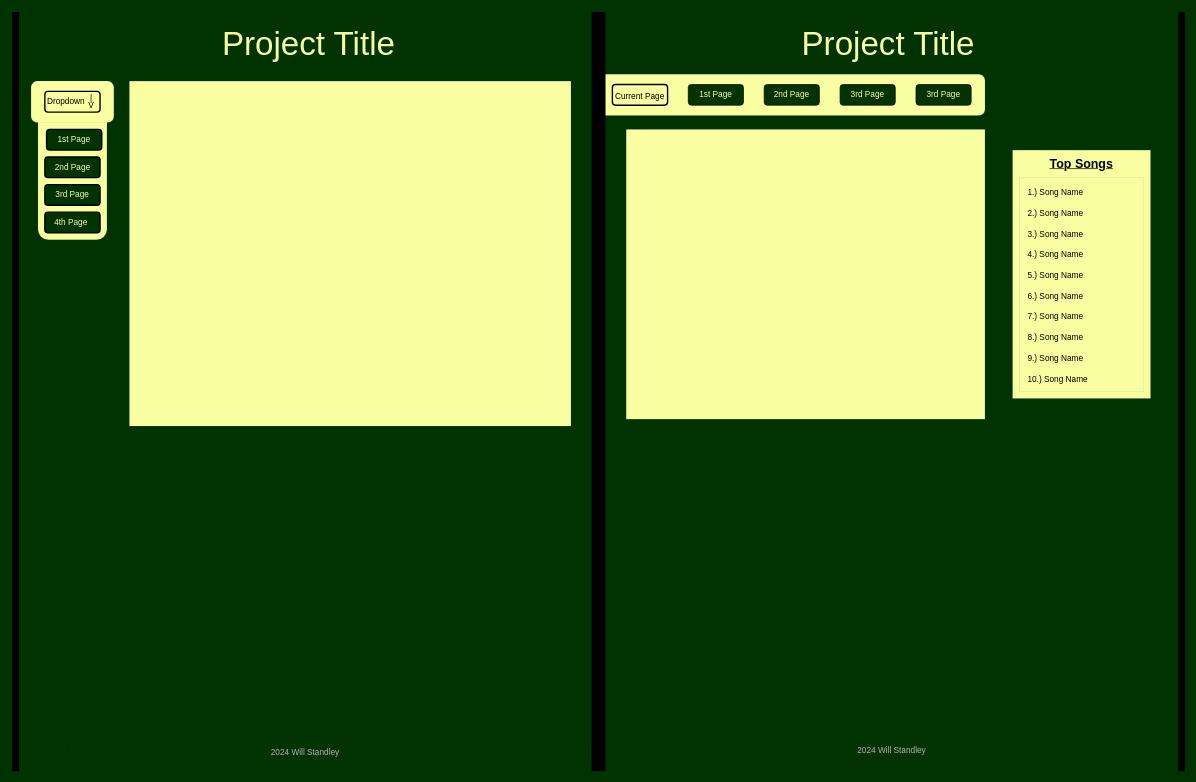
Earlier version of the draw.io diagram responsive/response.drawio (wstandley/add103). Source tidied: cells renumbered, new cells numbered last; positions are measured from the earlier drawing's top-left corner, leaving out a move shared by most shapes. Both pictures are drawn from the tidied source at 69%, with x=0, y=0 at pixel (12, 12).
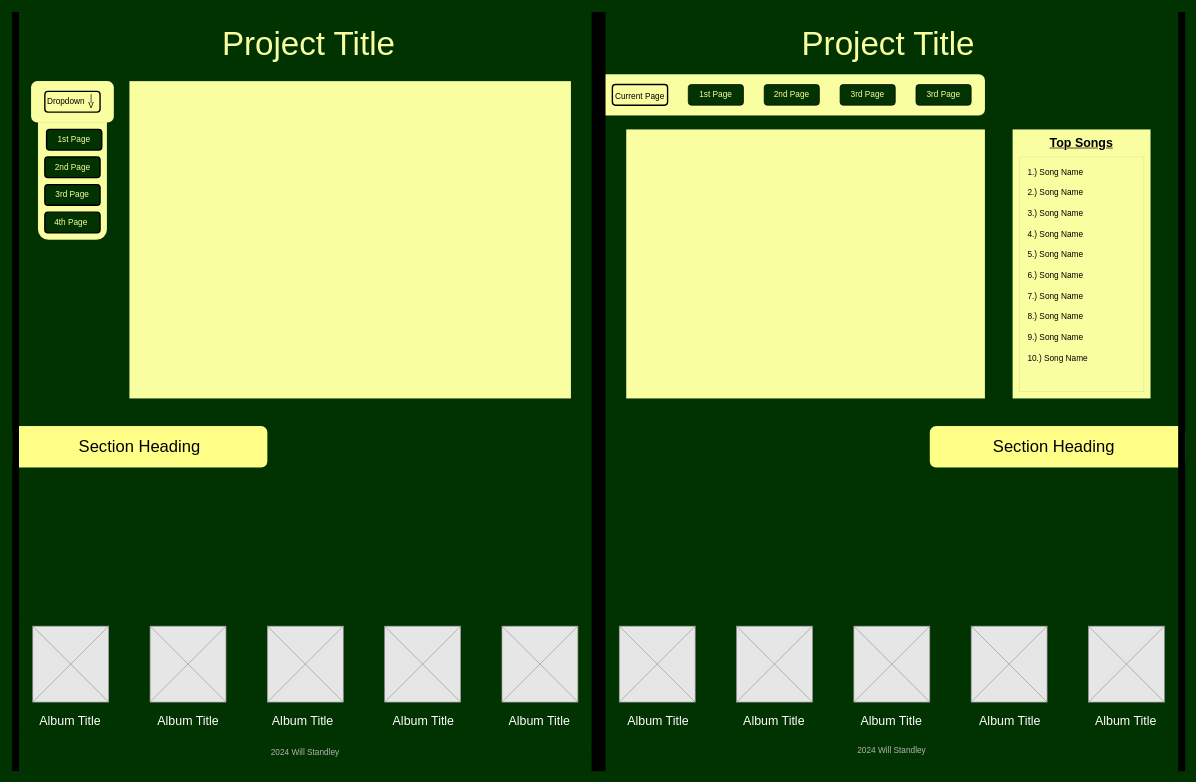
Above is the later version.

Diff of the diagram source:
```diff
@@
+    <mxCell id="51" style="rounded=0;whiteSpace=wrap;html=1;shadow=0;glass=0;labelBackgroundColor=none;sketch=0;fillStyle=auto;strokeWidth=0;fontSize=24;fillColor=none;" parent="1" vertex="1">
+      <mxGeometry x="10" y="880" width="1680" height="160" as="geometry" />
+    </mxCell>
     <mxCell id="2" style="rounded=0;whiteSpace=wrap;html=1;shadow=0;glass=0;labelBackgroundColor=none;sketch=0;fillStyle=auto;strokeColor=#000000;strokeWidth=0;fontSize=12;fontColor=#000000;fillColor=#F9FFA1;gradientColor=none;" parent="1" vertex="1">
-      <mxGeometry x="1450" y="200" width="200" height="360" as="geometry" />
+      <mxGeometry x="1450" y="170" width="200" height="390" as="geometry" />
     </mxCell>
@@
     <mxCell id="16" style="rounded=0;whiteSpace=wrap;html=1;shadow=0;glass=0;labelBackgroundColor=none;sketch=0;fillStyle=auto;strokeColor=#000000;strokeWidth=0;fontSize=12;fontColor=#F9FFA1;fillColor=#F9FFA1;gradientColor=none;" parent="1" vertex="1">
-      <mxGeometry x="890" y="170" width="520" height="420" as="geometry" />
+      <mxGeometry x="890" y="170" width="520" height="390" as="geometry" />
     </mxCell>
@@
     <mxCell id="19" style="rounded=0;whiteSpace=wrap;html=1;shadow=0;glass=0;labelBackgroundColor=none;sketch=0;fillStyle=auto;strokeColor=#000000;strokeWidth=0;fontSize=12;fontColor=#F9FFA1;fillColor=#F9FFA1;gradientColor=none;" parent="1" vertex="1">
-      <mxGeometry x="170" y="100" width="640" height="500" as="geometry" />
+      <mxGeometry x="170" y="100" width="640" height="460" as="geometry" />
     </mxCell>
@@
-    <mxCell id="37" style="rounded=0;whiteSpace=wrap;html=1;shadow=0;glass=0;labelBackgroundColor=none;sketch=0;fillStyle=auto;strokeColor=#000000;strokeWidth=0;fontSize=12;fontColor=#000000;fillColor=#000000;gradientColor=none;" parent="1" vertex="1">
-      <mxGeometry x="1690" width="10" height="1100" as="geometry" />
-    </mxCell>
-    <mxCell id="38" style="rounded=0;whiteSpace=wrap;html=1;shadow=0;glass=0;labelBackgroundColor=none;sketch=0;fillStyle=auto;strokeColor=#000000;strokeWidth=0;fontSize=12;fontColor=#000000;fillColor=#000000;gradientColor=none;" parent="1" vertex="1">
-      <mxGeometry width="10" height="1100" as="geometry" />
-    </mxCell>
     <mxCell id="39" style="swimlane;startSize=0;rounded=1;shadow=0;glass=0;labelBackgroundColor=none;sketch=0;fillStyle=auto;strokeColor=#000000;strokeWidth=0;fontSize=15;fontColor=#000000;fillColor=#000000;gradientColor=none;" parent="1" vertex="1">
-      <mxGeometry x="1460" y="240" width="180" height="310" as="geometry" />
+      <mxGeometry x="1460" y="210" width="180" height="340" as="geometry" />
     </mxCell>
@@
     <mxCell id="50" value="&lt;u&gt;&lt;b&gt;&lt;font style=&quot;font-size: 18px;&quot;&gt;Top Songs&lt;/font&gt;&lt;/b&gt;&lt;/u&gt;" style="text;html=1;strokeColor=none;fillColor=none;align=center;verticalAlign=middle;whiteSpace=wrap;rounded=0;shadow=0;glass=0;labelBackgroundColor=none;sketch=0;fillStyle=auto;strokeWidth=0;fontSize=12;fontColor=#000000;" parent="1" vertex="1">
-      <mxGeometry x="1460" y="205" width="180" height="30" as="geometry" />
+      <mxGeometry x="1460" y="175" width="180" height="30" as="geometry" />
     </mxCell>
+    <mxCell id="52" style="rounded=1;whiteSpace=wrap;html=1;shadow=0;glass=0;labelBackgroundColor=none;sketch=0;fillStyle=auto;strokeColor=#36393d;strokeWidth=0;fontSize=12;fillColor=#ffff88;" parent="1" vertex="1">
+      <mxGeometry y="600" width="370" height="60" as="geometry" />
+    </mxCell>
+    <mxCell id="38" style="rounded=0;whiteSpace=wrap;html=1;shadow=0;glass=0;labelBackgroundColor=none;sketch=0;fillStyle=auto;strokeColor=#000000;strokeWidth=0;fontSize=12;fontColor=#000000;fillColor=#000000;gradientColor=none;" parent="1" vertex="1">
+      <mxGeometry width="10" height="1100" as="geometry" />
+    </mxCell>
+    <mxCell id="53" value="&lt;font style=&quot;font-size: 24px;&quot;&gt;Section Heading&lt;/font&gt;" style="text;html=1;strokeColor=none;fillColor=none;align=center;verticalAlign=middle;whiteSpace=wrap;rounded=0;shadow=0;glass=0;labelBackgroundColor=none;sketch=0;fillStyle=auto;strokeWidth=0;fontSize=12;fontColor=#000000;" parent="1" vertex="1">
+      <mxGeometry x="20" y="610" width="330" height="40" as="geometry" />
+    </mxCell>
+    <mxCell id="54" style="rounded=1;whiteSpace=wrap;html=1;shadow=0;glass=0;labelBackgroundColor=none;sketch=0;fillStyle=auto;strokeColor=#36393d;strokeWidth=0;fontSize=24;fillColor=#ffff88;" parent="1" vertex="1">
+      <mxGeometry x="1330" y="600" width="370" height="60" as="geometry" />
+    </mxCell>
+    <mxCell id="37" style="rounded=0;whiteSpace=wrap;html=1;shadow=0;glass=0;labelBackgroundColor=none;sketch=0;fillStyle=auto;strokeColor=#000000;strokeWidth=0;fontSize=12;fontColor=#000000;fillColor=#000000;gradientColor=none;" parent="1" vertex="1">
+      <mxGeometry x="1690" width="10" height="1100" as="geometry" />
+    </mxCell>
+    <mxCell id="55" value="Section Heading" style="text;html=1;strokeColor=none;fillColor=none;align=center;verticalAlign=middle;whiteSpace=wrap;rounded=0;shadow=0;glass=0;labelBackgroundColor=none;sketch=0;fillStyle=auto;strokeWidth=0;fontSize=24;fontColor=#000000;" parent="1" vertex="1">
+      <mxGeometry x="1340" y="610" width="340" height="40" as="geometry" />
+    </mxCell>
+    <mxCell id="56" style="verticalLabelPosition=bottom;shadow=0;dashed=0;align=center;html=1;verticalAlign=top;strokeWidth=1;shape=mxgraph.mockup.graphics.simpleIcon;strokeColor=#999999;rounded=1;glass=0;labelBackgroundColor=none;sketch=0;fillStyle=auto;fontSize=24;fontColor=#000000;fillColor=#E6E6E6;gradientColor=none;" parent="1" vertex="1">
+      <mxGeometry x="200" y="890" width="110" height="110" as="geometry" />
+    </mxCell>
+    <mxCell id="57" style="verticalLabelPosition=bottom;shadow=0;dashed=0;align=center;html=1;verticalAlign=top;strokeWidth=1;shape=mxgraph.mockup.graphics.simpleIcon;strokeColor=#999999;rounded=1;glass=0;labelBackgroundColor=none;sketch=0;fillStyle=auto;fontSize=24;fontColor=#000000;fillColor=#E6E6E6;gradientColor=none;" parent="1" vertex="1">
+      <mxGeometry x="30" y="890" width="110" height="110" as="geometry" />
+    </mxCell>
+    <mxCell id="58" style="verticalLabelPosition=bottom;shadow=0;dashed=0;align=center;html=1;verticalAlign=top;strokeWidth=1;shape=mxgraph.mockup.graphics.simpleIcon;strokeColor=#999999;rounded=1;glass=0;labelBackgroundColor=none;sketch=0;fillStyle=auto;fontSize=24;fontColor=#000000;fillColor=#E6E6E6;gradientColor=none;" parent="1" vertex="1">
+      <mxGeometry x="370" y="890" width="110" height="110" as="geometry" />
+    </mxCell>
+    <mxCell id="59" style="verticalLabelPosition=bottom;shadow=0;dashed=0;align=center;html=1;verticalAlign=top;strokeWidth=1;shape=mxgraph.mockup.graphics.simpleIcon;strokeColor=#999999;rounded=1;glass=0;labelBackgroundColor=none;sketch=0;fillStyle=auto;fontSize=24;fontColor=#000000;fillColor=#E6E6E6;gradientColor=none;" parent="1" vertex="1">
+      <mxGeometry x="540" y="890" width="110" height="110" as="geometry" />
+    </mxCell>
+    <mxCell id="60" style="verticalLabelPosition=bottom;shadow=0;dashed=0;align=center;html=1;verticalAlign=top;strokeWidth=1;shape=mxgraph.mockup.graphics.simpleIcon;strokeColor=#999999;rounded=1;glass=0;labelBackgroundColor=none;sketch=0;fillStyle=auto;fontSize=24;fontColor=#000000;fillColor=#E6E6E6;gradientColor=none;" parent="1" vertex="1">
+      <mxGeometry x="710" y="890" width="110" height="110" as="geometry" />
+    </mxCell>
+    <mxCell id="61" style="verticalLabelPosition=bottom;shadow=0;dashed=0;align=center;html=1;verticalAlign=top;strokeWidth=1;shape=mxgraph.mockup.graphics.simpleIcon;strokeColor=#999999;rounded=1;glass=0;labelBackgroundColor=none;sketch=0;fillStyle=auto;fontSize=24;fontColor=#000000;fillColor=#E6E6E6;gradientColor=none;" parent="1" vertex="1">
+      <mxGeometry x="1220" y="890" width="110" height="110" as="geometry" />
+    </mxCell>
+    <mxCell id="62" style="verticalLabelPosition=bottom;shadow=0;dashed=0;align=center;html=1;verticalAlign=top;strokeWidth=1;shape=mxgraph.mockup.graphics.simpleIcon;strokeColor=#999999;rounded=1;glass=0;labelBackgroundColor=none;sketch=0;fillStyle=auto;fontSize=24;fontColor=#000000;fillColor=#E6E6E6;gradientColor=none;" parent="1" vertex="1">
+      <mxGeometry x="880" y="890" width="110" height="110" as="geometry" />
+    </mxCell>
+    <mxCell id="63" style="verticalLabelPosition=bottom;shadow=0;dashed=0;align=center;html=1;verticalAlign=top;strokeWidth=1;shape=mxgraph.mockup.graphics.simpleIcon;strokeColor=#999999;rounded=1;glass=0;labelBackgroundColor=none;sketch=0;fillStyle=auto;fontSize=24;fontColor=#000000;fillColor=#E6E6E6;gradientColor=none;" parent="1" vertex="1">
+      <mxGeometry x="1050" y="890" width="110" height="110" as="geometry" />
+    </mxCell>
+    <mxCell id="64" style="verticalLabelPosition=bottom;shadow=0;dashed=0;align=center;html=1;verticalAlign=top;strokeWidth=1;shape=mxgraph.mockup.graphics.simpleIcon;strokeColor=#999999;rounded=1;glass=0;labelBackgroundColor=none;sketch=0;fillStyle=auto;fontSize=24;fontColor=#000000;fillColor=#E6E6E6;gradientColor=none;" parent="1" vertex="1">
+      <mxGeometry x="1390" y="890" width="110" height="110" as="geometry" />
+    </mxCell>
+    <mxCell id="65" style="verticalLabelPosition=bottom;shadow=0;dashed=0;align=center;html=1;verticalAlign=top;strokeWidth=1;shape=mxgraph.mockup.graphics.simpleIcon;strokeColor=#999999;rounded=1;glass=0;labelBackgroundColor=none;sketch=0;fillStyle=auto;fontSize=24;fontColor=#000000;fillColor=#E6E6E6;gradientColor=none;" parent="1" vertex="1">
+      <mxGeometry x="1560" y="890" width="110" height="110" as="geometry" />
+    </mxCell>
+    <mxCell id="66" value="&lt;font style=&quot;font-size: 18px;&quot;&gt;Album Title&lt;/font&gt;" style="text;html=1;strokeColor=none;fillColor=none;align=center;verticalAlign=middle;whiteSpace=wrap;rounded=0;shadow=0;glass=0;labelBackgroundColor=none;sketch=0;fillStyle=auto;strokeWidth=0;fontSize=24;fontColor=#FFFFFF;" parent="1" vertex="1">
+      <mxGeometry x="27.5" y="1010" width="112.5" height="30" as="geometry" />
+    </mxCell>
+    <mxCell id="67" value="&lt;font style=&quot;font-size: 18px;&quot;&gt;Album Title&lt;/font&gt;" style="text;html=1;strokeColor=none;fillColor=none;align=center;verticalAlign=middle;whiteSpace=wrap;rounded=0;shadow=0;glass=0;labelBackgroundColor=none;sketch=0;fillStyle=auto;strokeWidth=0;fontSize=24;fontColor=#FFFFFF;" parent="1" vertex="1">
+      <mxGeometry x="198.8" y="1010" width="112.5" height="30" as="geometry" />
+    </mxCell>
+    <mxCell id="68" value="&lt;font style=&quot;font-size: 18px;&quot;&gt;Album Title&lt;/font&gt;" style="text;html=1;strokeColor=none;fillColor=none;align=center;verticalAlign=middle;whiteSpace=wrap;rounded=0;shadow=0;glass=0;labelBackgroundColor=none;sketch=0;fillStyle=auto;strokeWidth=0;fontSize=24;fontColor=#FFFFFF;" parent="1" vertex="1">
+      <mxGeometry x="365" y="1010" width="112.5" height="30" as="geometry" />
+    </mxCell>
+    <mxCell id="69" value="&lt;font style=&quot;font-size: 18px;&quot;&gt;Album Title&lt;/font&gt;" style="text;html=1;strokeColor=none;fillColor=none;align=center;verticalAlign=middle;whiteSpace=wrap;rounded=0;shadow=0;glass=0;labelBackgroundColor=none;sketch=0;fillStyle=auto;strokeWidth=0;fontSize=24;fontColor=#FFFFFF;" parent="1" vertex="1">
+      <mxGeometry x="540" y="1010" width="112.5" height="30" as="geometry" />
+    </mxCell>
+    <mxCell id="70" value="&lt;font style=&quot;font-size: 18px;&quot;&gt;Album Title&lt;/font&gt;" style="text;html=1;strokeColor=none;fillColor=none;align=center;verticalAlign=middle;whiteSpace=wrap;rounded=0;shadow=0;glass=0;labelBackgroundColor=none;sketch=0;fillStyle=auto;strokeWidth=0;fontSize=24;fontColor=#FFFFFF;" parent="1" vertex="1">
+      <mxGeometry x="707.5" y="1010" width="112.5" height="30" as="geometry" />
+    </mxCell>
+    <mxCell id="71" value="&lt;font style=&quot;font-size: 18px;&quot;&gt;Album Title&lt;/font&gt;" style="text;html=1;strokeColor=none;fillColor=none;align=center;verticalAlign=middle;whiteSpace=wrap;rounded=0;shadow=0;glass=0;labelBackgroundColor=none;sketch=0;fillStyle=auto;strokeWidth=0;fontSize=24;fontColor=#FFFFFF;" parent="1" vertex="1">
+      <mxGeometry x="880" y="1010" width="112.5" height="30" as="geometry" />
+    </mxCell>
+    <mxCell id="72" value="&lt;font style=&quot;font-size: 18px;&quot;&gt;Album Title&lt;/font&gt;" style="text;html=1;strokeColor=none;fillColor=none;align=center;verticalAlign=middle;whiteSpace=wrap;rounded=0;shadow=0;glass=0;labelBackgroundColor=none;sketch=0;fillStyle=auto;strokeWidth=0;fontSize=24;fontColor=#FFFFFF;" parent="1" vertex="1">
+      <mxGeometry x="1047.5" y="1010" width="112.5" height="30" as="geometry" />
+    </mxCell>
+    <mxCell id="73" value="&lt;font style=&quot;font-size: 18px;&quot;&gt;Album Title&lt;/font&gt;" style="text;html=1;strokeColor=none;fillColor=none;align=center;verticalAlign=middle;whiteSpace=wrap;rounded=0;shadow=0;glass=0;labelBackgroundColor=none;sketch=0;fillStyle=auto;strokeWidth=0;fontSize=24;fontColor=#FFFFFF;" parent="1" vertex="1">
+      <mxGeometry x="1217.5" y="1010" width="112.5" height="30" as="geometry" />
+    </mxCell>
+    <mxCell id="74" value="&lt;font style=&quot;font-size: 18px;&quot;&gt;Album Title&lt;/font&gt;" style="text;html=1;strokeColor=none;fillColor=none;align=center;verticalAlign=middle;whiteSpace=wrap;rounded=0;shadow=0;glass=0;labelBackgroundColor=none;sketch=0;fillStyle=auto;strokeWidth=0;fontSize=24;fontColor=#FFFFFF;" parent="1" vertex="1">
+      <mxGeometry x="1390" y="1010" width="112.5" height="30" as="geometry" />
+    </mxCell>
+    <mxCell id="75" value="&lt;font style=&quot;font-size: 18px;&quot;&gt;Album Title&lt;/font&gt;" style="text;html=1;strokeColor=none;fillColor=none;align=center;verticalAlign=middle;whiteSpace=wrap;rounded=0;shadow=0;glass=0;labelBackgroundColor=none;sketch=0;fillStyle=auto;strokeWidth=0;fontSize=24;fontColor=#FFFFFF;" parent="1" vertex="1">
+      <mxGeometry x="1557.5" y="1010" width="112.5" height="30" as="geometry" />
+    </mxCell>
```
